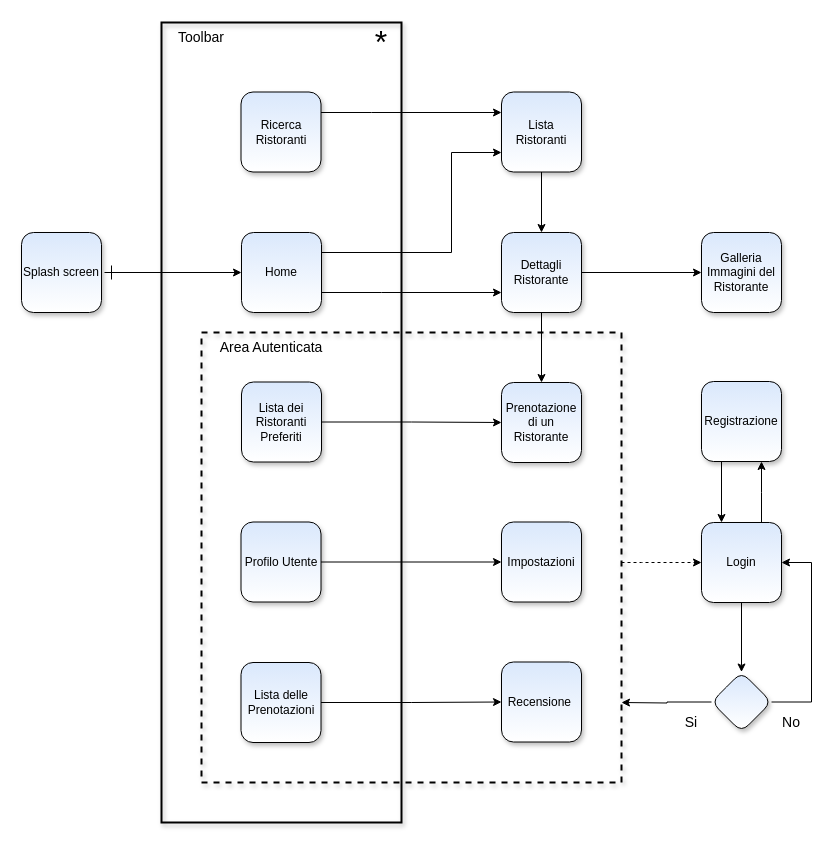
Earlier version of the draw.io diagram Navigation Model/Navigation 3.0.drawio (StephanXV/foodayAPP). Source tidied: cells renumbered, new cells numbered last; positions are measured from the earlier drawing's top-left corner, leaving out a move shared by most shapes. Both pictures are drawn from the tidied source at 100%, with x=0, y=0 at pixel (21, 22).
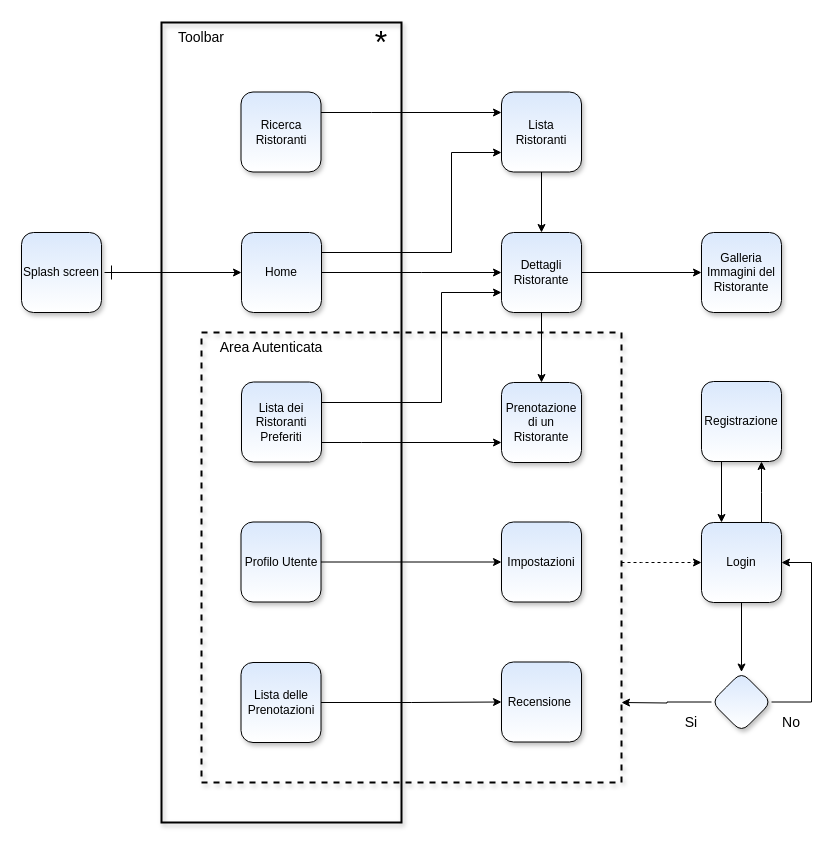
After the change.

Commit message (it also covers changes not shown here):
nuovi navigation + hi fi

Unchanged cells that the change refers to:
```xml
<mxCell id="10" value="Lista dei Ristoranti Preferiti" style="whiteSpace=wrap;html=1;shadow=1;fillColor=#dae8fc;gradientColor=#ffffff;glass=0;rounded=1;" parent="1" vertex="1">
  <mxGeometry x="220" y="359.5" width="80" height="80" as="geometry" />
</mxCell>
<mxCell id="15" value="Home" style="whiteSpace=wrap;html=1;shadow=1;fillColor=#dae8fc;gradientColor=#ffffff;glass=0;rounded=1;" parent="1" vertex="1">
  <mxGeometry x="220" y="210" width="80" height="80" as="geometry" />
</mxCell>
<mxCell id="18" value="Prenotazione di un Ristorante" style="whiteSpace=wrap;html=1;shadow=1;fillColor=#dae8fc;gradientColor=#ffffff;glass=0;rounded=1;" parent="1" vertex="1">
  <mxGeometry x="480" y="360" width="80" height="80" as="geometry" />
</mxCell>
<mxCell id="24" value="Dettagli Ristorante" style="whiteSpace=wrap;html=1;fillColor=#dae8fc;shadow=1;gradientColor=#ffffff;glass=0;rounded=1;" parent="1" vertex="1">
  <mxGeometry x="480" y="210" width="80" height="80" as="geometry" />
</mxCell>
```

What changed in the source:
```diff
@@
     <mxCell id="9" style="edgeStyle=orthogonalEdgeStyle;rounded=0;jettySize=auto;html=1;" parent="1" edge="1" source="10" target="18">
-      <mxGeometry relative="1" as="geometry" />
+      <mxGeometry relative="1" as="geometry">
+        <Array as="points">
+          <mxPoint x="340" y="420" />
+          <mxPoint x="340" y="420" />
+        </Array>
+      </mxGeometry>
     </mxCell>
+    <mxCell id="40" style="edgeStyle=orthogonalEdgeStyle;rounded=0;jettySize=auto;html=1;entryX=0;entryY=0.75;entryDx=0;entryDy=0;" parent="1" edge="1" source="10" target="24">
+      <mxGeometry relative="1" as="geometry">
+        <Array as="points">
+          <mxPoint x="420" y="380" />
+          <mxPoint x="420" y="270" />
+        </Array>
+      </mxGeometry>
+    </mxCell>
@@
     <mxCell id="14" style="edgeStyle=orthogonalEdgeStyle;rounded=0;comic=0;jettySize=auto;html=1;shadow=0;fontSize=14;" parent="1" edge="1" source="15" target="24">
       <mxGeometry relative="1" as="geometry">
         <Array as="points">
-          <mxPoint x="360" y="270" />
-          <mxPoint x="360" y="270" />
+          <mxPoint x="400" y="250" />
+          <mxPoint x="400" y="250" />
         </Array>
       </mxGeometry>
     </mxCell>
```
